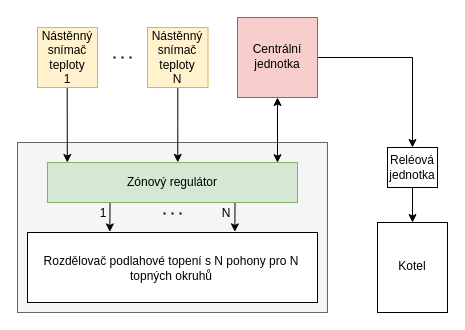
This is images/svg/drawio/obecny-princip-zonove-regulace.drawio from RomLab/diploma-thesis, a draw.io file, before an edit. Source tidied: cells renumbered, new cells numbered last; positions are measured from the earlier drawing's top-left corner, leaving out a move shared by most shapes. Both pictures are drawn from the tidied source at 100%, with x=0, y=0 at pixel (17, 17).
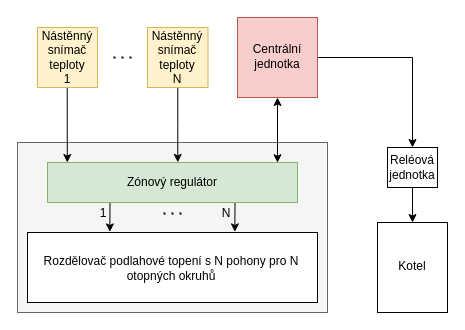
The same page after the edit.

The edit, as a diff of the source:
```diff
@@
-    <mxCell id="13" value="Rozdělovač podlahové topení s N pohony pro N topných okruhů" style="text;html=1;strokeColor=none;fillColor=none;align=center;verticalAlign=middle;whiteSpace=wrap;rounded=0;" parent="1" vertex="1">
+    <mxCell id="13" value="Rozdělovač podlahové topení s N pohony pro N otopných okruhů" style="text;html=1;strokeColor=none;fillColor=none;align=center;verticalAlign=middle;whiteSpace=wrap;rounded=0;" parent="1" vertex="1">
       <mxGeometry x="24" y="216" width="260" height="70" as="geometry" />
     </mxCell>
```
